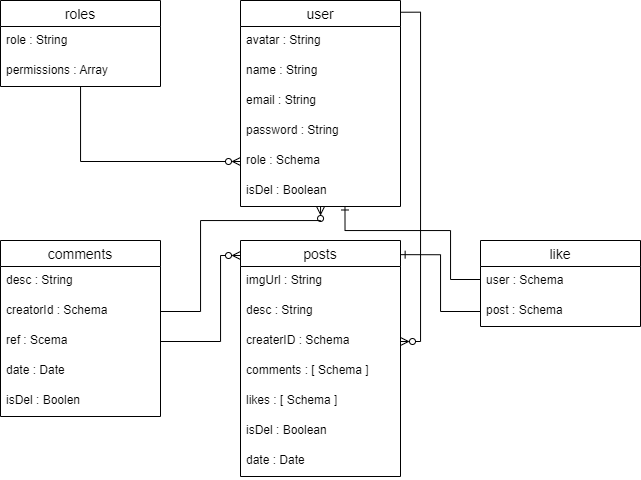
This is ERDiagram.png from Mohammed-Almuziny/W08D04, a draw.io export, as it was before one commit. Source tidied: cells renumbered, new cells last; positions are measured from the earlier drawing's top-left corner, leaving out a move shared by most shapes.
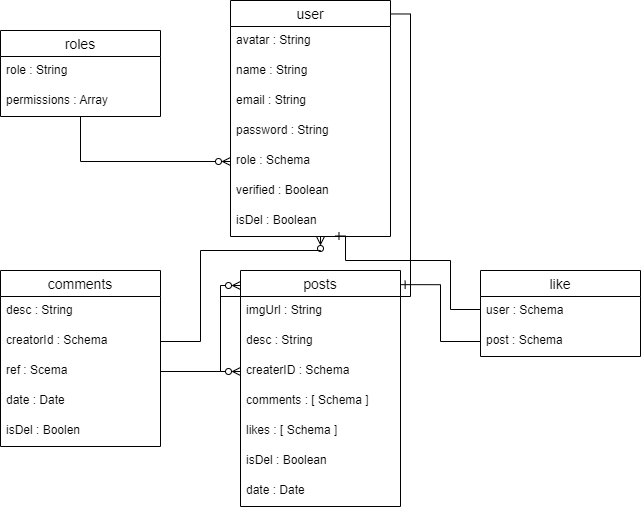
The same diagram one commit later.

Diff of the diagram source:
```diff
@@ -18,7 +18,7 @@
       <mxGeometry relative="1" as="geometry" />
     </mxCell>
     <mxCell id="7" value="user" style="swimlane;fontStyle=0;horizontal=1;startSize=26;align=center;fontSize=14;fillColor=default;" parent="1" vertex="1">
-      <mxGeometry x="240" width="160" height="206" as="geometry" />
+      <mxGeometry x="230" y="-30" width="160" height="236" as="geometry" />
     </mxCell>
     <mxCell id="8" value="avatar : String" style="text;strokeColor=none;fillColor=none;spacingLeft=4;spacingRight=4;overflow=hidden;fontSize=12;" parent="7" vertex="1">
       <mxGeometry y="26" width="160" height="30" as="geometry" />
@@ -35,8 +35,11 @@
     <mxCell id="12" value="role : Schema" style="text;strokeColor=none;fillColor=none;spacingLeft=4;spacingRight=4;overflow=hidden;points=[[0,0.5],[1,0.5]];portConstraint=eastwest;fontSize=12;" parent="7" vertex="1">
       <mxGeometry y="146" width="160" height="30" as="geometry" />
     </mxCell>
+    <mxCell id="35" value="verified : Boolean " style="text;strokeColor=none;fillColor=none;spacingLeft=4;spacingRight=4;overflow=hidden;fontSize=12;" parent="7" vertex="1">
+      <mxGeometry y="176" width="160" height="30" as="geometry" />
+    </mxCell>
     <mxCell id="13" value="isDel : Boolean" style="text;strokeColor=none;fillColor=none;spacingLeft=4;spacingRight=4;overflow=hidden;points=[[0,0.5],[1,0.5]];portConstraint=eastwest;fontSize=12;" parent="7" vertex="1">
-      <mxGeometry y="176" width="160" height="30" as="geometry" />
+      <mxGeometry y="206" width="160" height="30" as="geometry" />
     </mxCell>
     <mxCell id="14" value="posts" style="swimlane;fontStyle=0;horizontal=1;startSize=26;align=center;fontSize=14;fillColor=default;" parent="1" vertex="1">
       <mxGeometry x="240" y="240" width="160" height="236" as="geometry" />
```
